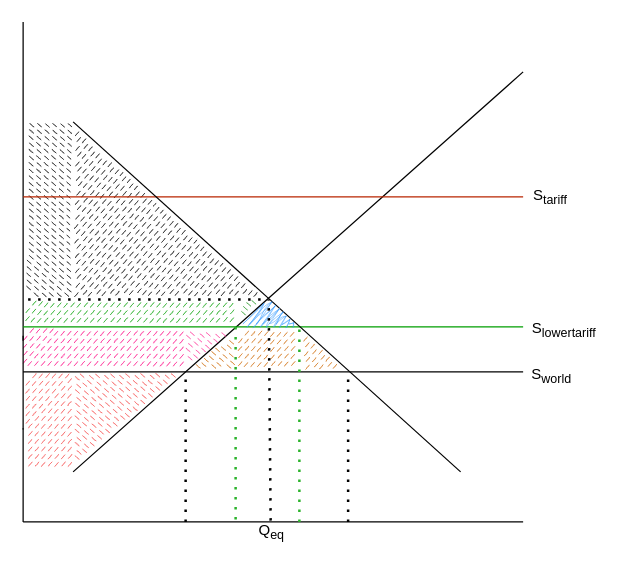
Before: Diagramma bez nosaukuma.drawio in MareksNo/Chat-Application, a draw.io diagram. Source tidied: cells renumbered, new cells numbered last; positions are measured from the earlier drawing's top-left corner, leaving out a move shared by most shapes. Both pictures are drawn from the tidied source at 125%, with x=0, y=0 at pixel (-40, 21).
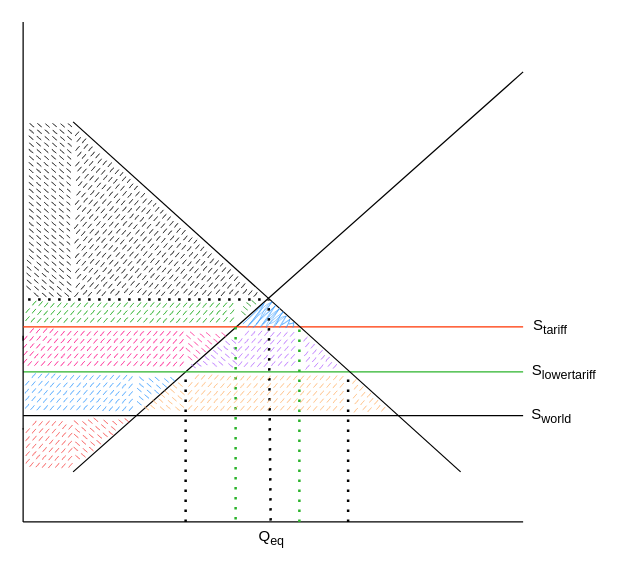
Above is the later version.

What changed in the source:
```diff
@@
-    <mxCell id="7" style="endArrow=none;html=1;rounded=0;strokeColor=#009E00;" parent="1" edge="1">
+    <mxCell id="7" style="endArrow=none;html=1;rounded=0;strokeColor=#FF3300;" parent="1" edge="1">
       <mxGeometry relative="1" as="geometry">
         <mxPoint x="50" y="244" as="sourcePoint" />
         <mxPoint x="450" y="244" as="targetPoint" />
       </mxGeometry>
     </mxCell>
-    <mxCell id="8" style="endArrow=none;html=1;rounded=0;fillColor=#f8cecc;strokeColor=#B82500;" parent="1" edge="1">
+    <mxCell id="8" style="endArrow=none;html=1;rounded=0;fillColor=#f8cecc;strokeColor=#000000;" parent="1" edge="1">
       <mxGeometry relative="1" as="geometry">
-        <mxPoint x="50" y="140" as="sourcePoint" />
-        <mxPoint x="450" y="140" as="targetPoint" />
+        <mxPoint x="50" y="315" as="sourcePoint" />
+        <mxPoint x="450" y="315" as="targetPoint" />
       </mxGeometry>
     </mxCell>
     <mxCell id="9" value="S&lt;sub&gt;lowertariff&lt;/sub&gt;" style="text;html=1;strokeColor=none;fillColor=none;align=center;verticalAlign=middle;whiteSpace=wrap;rounded=0;" parent="1" vertex="1">
-      <mxGeometry x="453" y="231" width="60" height="30" as="geometry" />
+      <mxGeometry x="453" y="265" width="60" height="30" as="geometry" />
     </mxCell>
     <mxCell id="10" value="S&lt;sub&gt;tariff&lt;/sub&gt;" style="text;html=1;strokeColor=none;fillColor=none;align=center;verticalAlign=middle;whiteSpace=wrap;rounded=0;" parent="1" vertex="1">
-      <mxGeometry x="442" y="125" width="60" height="30" as="geometry" />
+      <mxGeometry x="442" y="229" width="60" height="30" as="geometry" />
     </mxCell>
@@
-    <mxCell id="12" style="endArrow=none;html=1;rounded=0;" parent="1" edge="1">
+    <mxCell id="12" style="endArrow=none;html=1;rounded=0;strokeColor=#2bb32b;" parent="1" edge="1">
       <mxGeometry relative="1" as="geometry">
         <mxPoint x="50" y="280" as="sourcePoint" />
         <mxPoint x="450" y="280" as="targetPoint" />
       </mxGeometry>
     </mxCell>
     <mxCell id="13" value="S&lt;sub&gt;world&lt;/sub&gt;" style="text;html=1;strokeColor=none;fillColor=none;align=center;verticalAlign=middle;whiteSpace=wrap;rounded=0;" parent="1" vertex="1">
-      <mxGeometry x="443" y="268" width="60" height="30" as="geometry" />
+      <mxGeometry x="443" y="300" width="60" height="30" as="geometry" />
     </mxCell>
@@
-    <mxCell id="24" style="verticalLabelPosition=bottom;verticalAlign=top;html=1;shape=mxgraph.basic.rect;fillColor2=none;strokeWidth=1;size=20;indent=5;strokeColor=none;fillColor=#CC6600;fillStyle=dashed;opacity=80;sketch=1;curveFitting=1;jiggle=2;" parent="1" vertex="1">
+    <mxCell id="24" style="verticalLabelPosition=bottom;verticalAlign=top;html=1;shape=mxgraph.basic.rect;fillColor2=none;strokeWidth=1;size=20;indent=5;strokeColor=none;fillColor=#B266FF;fillStyle=dashed;opacity=80;sketch=1;curveFitting=1;jiggle=2;" parent="1" vertex="1">
       <mxGeometry x="221" y="246" width="49" height="32" as="geometry" />
     </mxCell>
-    <mxCell id="25" style="verticalLabelPosition=bottom;verticalAlign=top;html=1;shape=mxgraph.basic.orthogonal_triangle;opacity=80;sketch=1;curveFitting=1;jiggle=2;fillStyle=dashed;fillColor=#CC6600;dashed=1;dashPattern=8 8;strokeColor=none;rotation=-90;" parent="1" vertex="1">
-      <mxGeometry x="182" y="240.2" width="32.5" height="45" as="geometry" />
-    </mxCell>
-    <mxCell id="26" style="verticalLabelPosition=bottom;verticalAlign=top;html=1;shape=mxgraph.basic.orthogonal_triangle;strokeColor=none;sketch=1;curveFitting=1;jiggle=2;fillStyle=dashed;fillColor=#CC6600;opacity=80;" parent="1" vertex="1">
+    <mxCell id="26" style="verticalLabelPosition=bottom;verticalAlign=top;html=1;shape=mxgraph.basic.orthogonal_triangle;strokeColor=none;sketch=1;curveFitting=1;jiggle=2;fillStyle=dashed;fillColor=#B266FF;opacity=80;" parent="1" vertex="1">
       <mxGeometry x="273" y="245" width="38" height="34" as="geometry" />
     </mxCell>
@@
     <mxCell id="28" style="verticalLabelPosition=bottom;verticalAlign=top;html=1;shape=mxgraph.basic.orthogonal_triangle;direction=south;strokeColor=none;opacity=80;sketch=1;curveFitting=1;jiggle=2;fillStyle=dashed;fillColor=#f54747;" parent="1" vertex="1">
-      <mxGeometry x="90" y="280" width="89" height="79" as="geometry" />
+      <mxGeometry x="90" y="316" width="52" height="43" as="geometry" />
     </mxCell>
@@
     <mxCell id="30" style="verticalLabelPosition=bottom;verticalAlign=top;html=1;shape=mxgraph.basic.rect;fillColor2=none;strokeWidth=1;size=20;indent=5;strokeColor=none;opacity=80;sketch=1;curveFitting=1;jiggle=2;fillStyle=dashed;fillColor=#f54747;" parent="1" vertex="1">
-      <mxGeometry x="51" y="280" width="39" height="79" as="geometry" />
+      <mxGeometry x="51" y="318" width="39" height="41" as="geometry" />
     </mxCell>
@@
     <mxCell id="32" value="&lt;font style=&quot;font-size: 12px;&quot;&gt;Q&lt;sub&gt;eq&lt;/sub&gt;&lt;/font&gt;" style="text;html=1;strokeColor=none;fillColor=none;align=center;verticalAlign=middle;whiteSpace=wrap;rounded=0;" parent="1" vertex="1">
-      <mxGeometry x="236" y="401" width="26" height="13" as="geometry" />
+      <mxGeometry x="236" y="406" width="26" height="13" as="geometry" />
     </mxCell>
+    <mxCell id="33" style="shape=manualInput;whiteSpace=wrap;html=1;size=0;fillColor=#3399FF;fillStyle=dashed;strokeWidth=1;opacity=80;sketch=1;curveFitting=1;jiggle=2;strokeColor=none;" parent="1" vertex="1">
+      <mxGeometry x="50.5" y="280" width="88.5" height="33" as="geometry" />
+    </mxCell>
+    <mxCell id="34" style="verticalLabelPosition=bottom;verticalAlign=top;html=1;shape=mxgraph.basic.orthogonal_triangle;opacity=80;sketch=1;curveFitting=1;jiggle=2;fillStyle=dashed;fillColor=#B266FF;dashed=1;dashPattern=8 8;strokeColor=none;rotation=-90;" parent="1" vertex="1">
+      <mxGeometry x="183" y="239" width="32.5" height="45" as="geometry" />
+    </mxCell>
+    <mxCell id="35" style="verticalLabelPosition=bottom;verticalAlign=top;html=1;shape=mxgraph.basic.orthogonal_triangle;opacity=80;sketch=1;curveFitting=1;jiggle=2;fillStyle=dashed;fillColor=#3399FF;dashed=1;dashPattern=8 8;strokeColor=none;rotation=90;" parent="1" vertex="1">
+      <mxGeometry x="145" y="276" width="32.5" height="45" as="geometry" />
+    </mxCell>
+    <mxCell id="36" style="verticalLabelPosition=bottom;verticalAlign=top;html=1;shape=mxgraph.basic.orthogonal_triangle;opacity=80;sketch=1;curveFitting=1;jiggle=2;fillStyle=dashed;fillColor=#FFB570;dashed=1;dashPattern=8 8;strokeColor=none;rotation=-90;" parent="1" vertex="1">
+      <mxGeometry x="141" y="274" width="32.5" height="45" as="geometry" />
+    </mxCell>
+    <mxCell id="37" style="verticalLabelPosition=bottom;verticalAlign=top;html=1;shape=mxgraph.basic.orthogonal_triangle;strokeColor=none;sketch=1;curveFitting=1;jiggle=2;fillStyle=dashed;fillColor=#FFB570;opacity=80;" parent="1" vertex="1">
+      <mxGeometry x="312" y="279" width="38" height="34" as="geometry" />
+    </mxCell>
+    <mxCell id="38" style="verticalLabelPosition=bottom;verticalAlign=top;html=1;shape=mxgraph.basic.rect;fillColor2=none;strokeWidth=1;size=12.5;indent=5;strokeColor=none;fillColor=#FFB570;fillStyle=dashed;opacity=80;sketch=1;curveFitting=1;jiggle=2;" parent="1" vertex="1">
+      <mxGeometry x="181" y="281" width="127" height="32" as="geometry" />
+    </mxCell>
```
